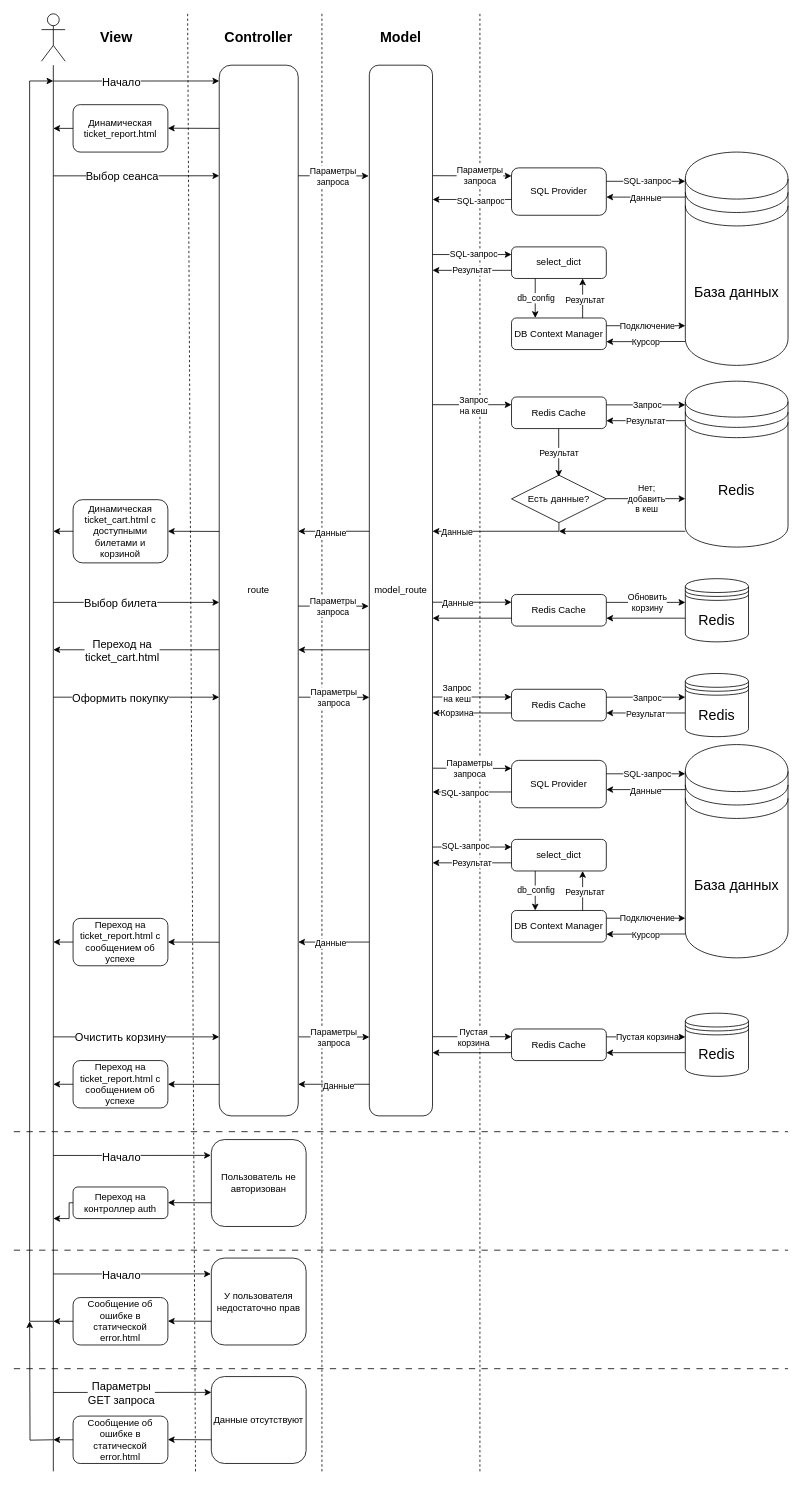
gubnik/bmstu-absolute-cinema keeps this draw.io diagram as docs/diagrams/cart_view.drawio. Above is the earlier version. Source tidied: cells renumbered, new cells numbered last; positions are measured from the earlier drawing's top-left corner, leaving out a move shared by most shapes. Both pictures are drawn from the tidied source at 79%, with x=0, y=0 at pixel (13, 13).
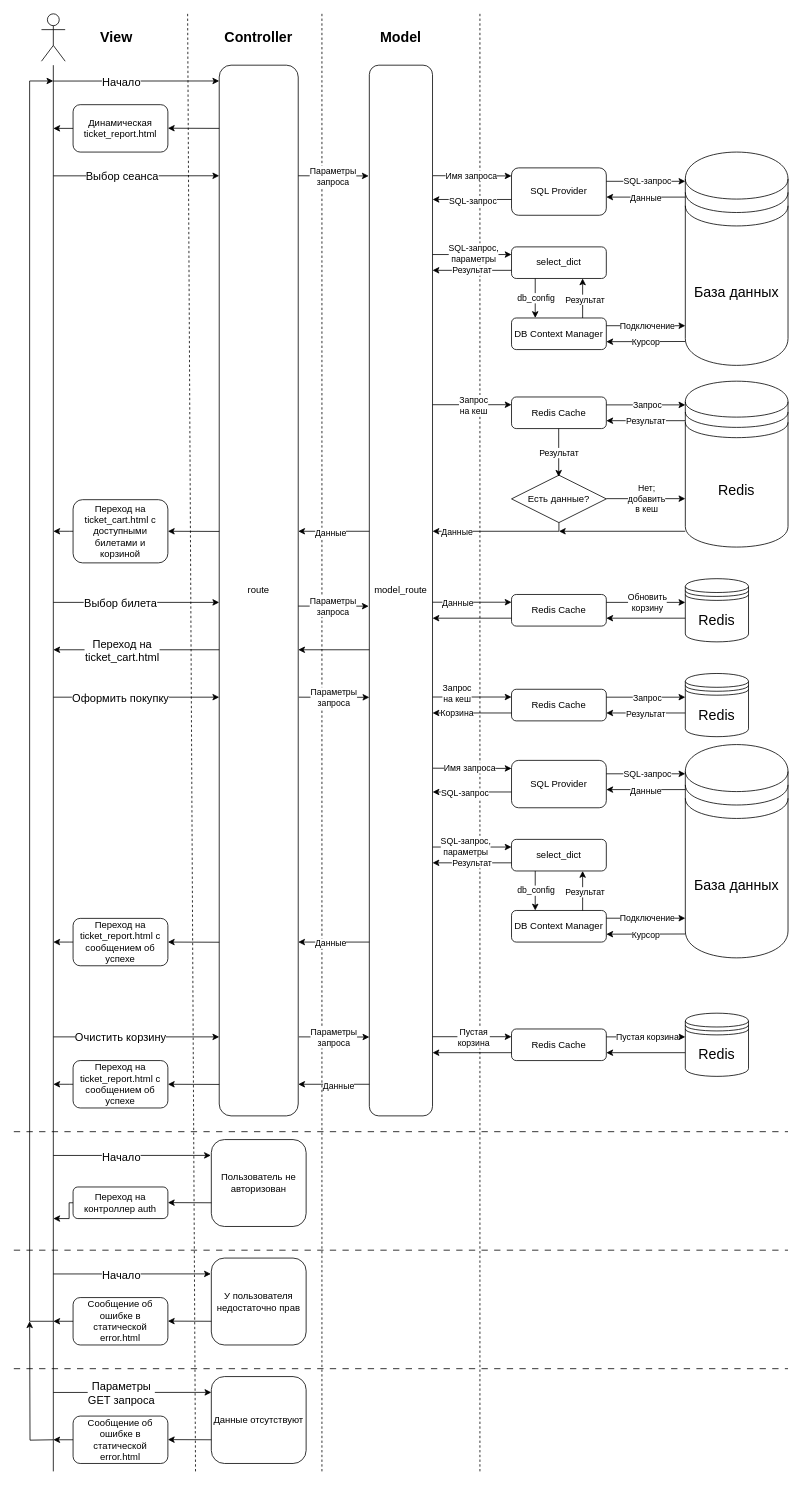
Above is the later version.

Unchanged cells that the change refers to:
```xml
<mxCell id="17" style="endArrow=classic;html=1;rounded=0;exitX=1.002;exitY=0.043;exitDx=0;exitDy=0;exitPerimeter=0;entryX=-0.003;entryY=0.17;entryDx=0;entryDy=0;entryPerimeter=0;" parent="1" edge="1">
  <mxGeometry relative="1" as="geometry">
    <mxPoint x="530.5" y="204.9" as="sourcePoint" />
    <mxPoint x="630" y="205.2" as="targetPoint" />
  </mxGeometry>
</mxCell>
<mxCell id="19" style="endArrow=classic;html=1;rounded=0;exitX=-0.001;exitY=0.651;exitDx=0;exitDy=0;exitPerimeter=0;" parent="1" edge="1">
  <mxGeometry relative="1" as="geometry">
    <mxPoint x="630" y="235" as="sourcePoint" />
    <mxPoint x="530.1" y="235" as="targetPoint" />
  </mxGeometry>
</mxCell>
<mxCell id="22" style="endArrow=classic;html=1;rounded=0;exitX=0;exitY=0.75;exitDx=0;exitDy=0;entryX=1;entryY=0.167;entryDx=0;entryDy=0;entryPerimeter=0;" parent="1" edge="1">
  <mxGeometry relative="1" as="geometry">
    <mxPoint x="530" y="304.7" as="sourcePoint" />
    <mxPoint x="630" y="304.7" as="targetPoint" />
  </mxGeometry>
</mxCell>
<mxCell id="97" style="endArrow=classic;html=1;rounded=0;exitX=1.002;exitY=0.043;exitDx=0;exitDy=0;exitPerimeter=0;entryX=-0.003;entryY=0.17;entryDx=0;entryDy=0;entryPerimeter=0;" parent="1" edge="1">
  <mxGeometry relative="1" as="geometry">
    <mxPoint x="530.5" y="954.9" as="sourcePoint" />
    <mxPoint x="630" y="955.2" as="targetPoint" />
  </mxGeometry>
</mxCell>
<mxCell id="102" style="endArrow=classic;html=1;rounded=0;exitX=0;exitY=0.75;exitDx=0;exitDy=0;entryX=1;entryY=0.167;entryDx=0;entryDy=0;entryPerimeter=0;" parent="1" edge="1">
  <mxGeometry relative="1" as="geometry">
    <mxPoint x="530" y="1054.7" as="sourcePoint" />
    <mxPoint x="630" y="1054.7" as="targetPoint" />
  </mxGeometry>
</mxCell>
```

What changed in the source:
```diff
@@
-    <mxCell id="18" value="Параметры&lt;div&gt;запроса&lt;/div&gt;" style="edgeLabel;html=1;align=center;verticalAlign=middle;" parent="17" vertex="1">
+    <mxCell id="18" value="Имя запроса" style="edgeLabel;html=1;align=center;verticalAlign=middle;" parent="17" vertex="1">
       <mxGeometry x="-0.37" y="-2" relative="1" as="geometry">
-        <mxPoint x="28" y="-2" as="offset" />
+        <mxPoint x="17" y="-2" as="offset" />
       </mxGeometry>
     </mxCell>
@@
     <mxCell id="20" value="SQL-запрос" style="edgeLabel;html=1;align=center;verticalAlign=middle;" parent="19" vertex="1">
       <mxGeometry x="0.09" y="1" relative="1" as="geometry">
-        <mxPoint x="14" as="offset" />
+        <mxPoint x="4" as="offset" />
       </mxGeometry>
     </mxCell>
@@
-    <mxCell id="23" value="SQL-запрос" style="edgeLabel;html=1;align=center;verticalAlign=middle;" parent="22" vertex="1">
+    <mxCell id="23" value="SQL-запрос,&lt;div&gt;параметры&lt;/div&gt;" style="edgeLabel;html=1;align=center;verticalAlign=middle;" parent="22" vertex="1">
       <mxGeometry x="0.09" y="1" relative="1" as="geometry">
         <mxPoint x="-4" as="offset" />
       </mxGeometry>
     </mxCell>
@@
-    <mxCell id="45" value="Динамическая ticket_cart.html c доступными билетами и корзиной" style="rounded=1;whiteSpace=wrap;html=1;" parent="1" vertex="1">
+    <mxCell id="45" value="Переход на ticket_cart.html c доступными билетами и корзиной" style="rounded=1;whiteSpace=wrap;html=1;" parent="1" vertex="1">
       <mxGeometry x="75" y="615" width="120" height="80" as="geometry" />
     </mxCell>
@@
-    <mxCell id="98" value="Параметры&lt;div&gt;запроса&lt;/div&gt;" style="edgeLabel;html=1;align=center;verticalAlign=middle;" parent="97" vertex="1">
+    <mxCell id="98" value="Имя запроса" style="edgeLabel;html=1;align=center;verticalAlign=middle;" parent="97" vertex="1">
       <mxGeometry x="-0.37" y="-2" relative="1" as="geometry">
         <mxPoint x="15" y="-2" as="offset" />
       </mxGeometry>
     </mxCell>
@@
-    <mxCell id="103" value="SQL-запрос" style="edgeLabel;html=1;align=center;verticalAlign=middle;" parent="102" vertex="1">
+    <mxCell id="103" value="SQL-запрос,&lt;div&gt;параметры&lt;/div&gt;" style="edgeLabel;html=1;align=center;verticalAlign=middle;" parent="102" vertex="1">
       <mxGeometry x="0.09" y="1" relative="1" as="geometry">
         <mxPoint x="-14" as="offset" />
       </mxGeometry>
     </mxCell>
```
